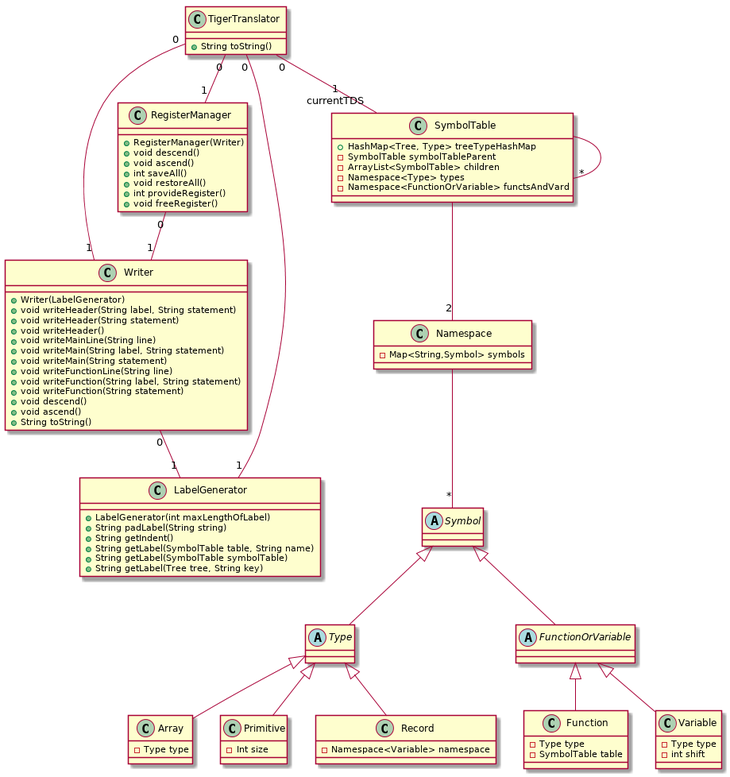
MacTiger/mac-tiger keeps this PlantUML diagram as misc/diagrams/classes-all.png. Above is the earlier version.
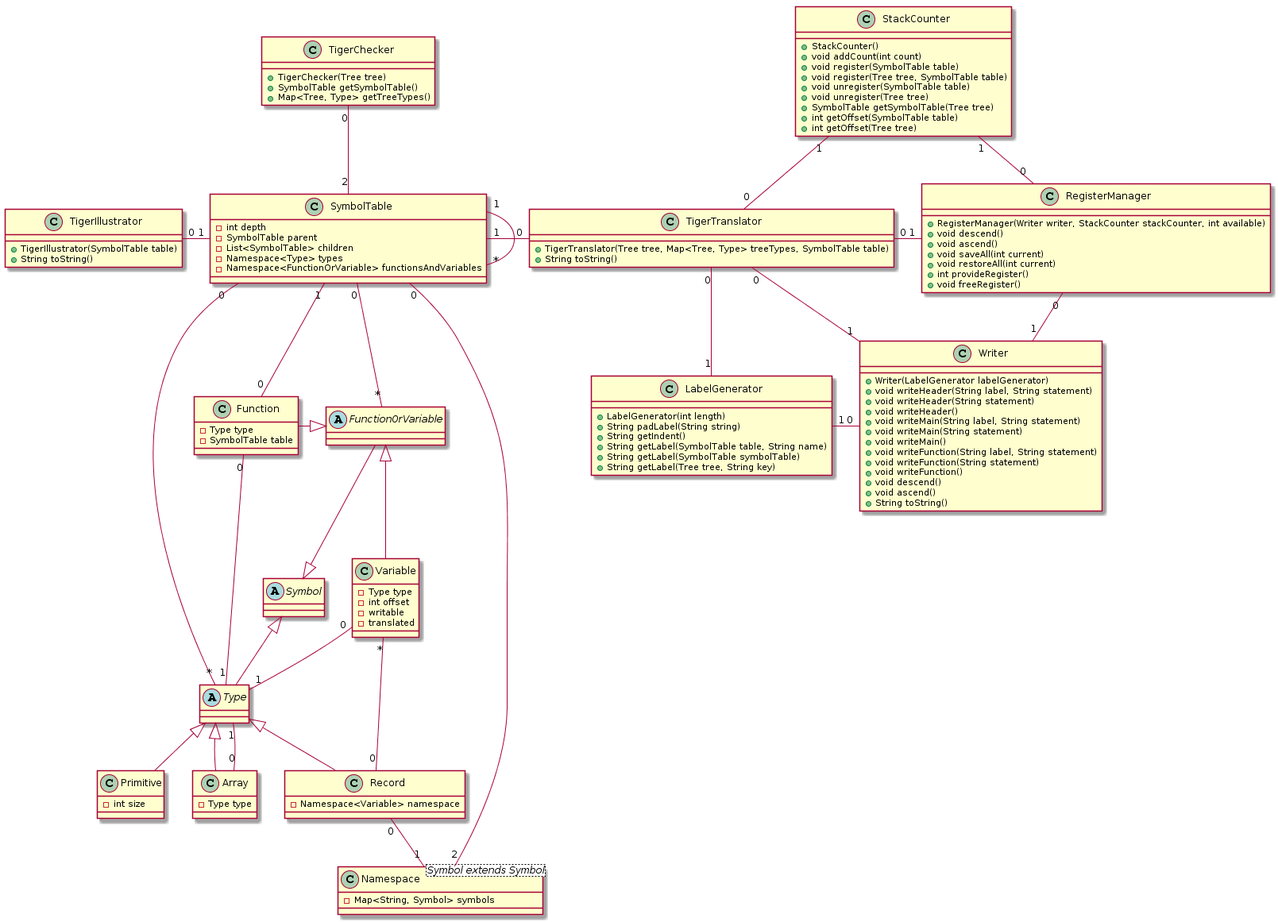
The same file after the commit.

Commit message:
Nouveau diagramme des classes

What changed in the source:
```diff
@@ -1,104 +1,117 @@
 @startuml
-
-Class TigerTranslator{
-  +String toString()
+class TigerChecker {
+    + TigerChecker(Tree tree)
+    + SymbolTable getSymbolTable()
+    + Map<Tree, Type> getTreeTypes()
 }
-
-Class Writer{
-  +Writer(LabelGenerator)
-  +void writeHeader(String label, String statement)
-  +void writeHeader(String statement)
-  +void writeHeader()
-  +void writeMainLine(String line)
-  +void writeMain(String label, String statement)
-  +void writeMain(String statement)
-  +void writeFunctionLine(String line)
-  +void writeFunction(String label, String statement)
-  +void writeFunction(String statement)
-  +void descend()
-  +void ascend()
-  +String toString()
+class SymbolTable {
+    - int depth
+    - SymbolTable parent
+    - List<SymbolTable> children
+    - Namespace<Type> types
+    - Namespace<FunctionOrVariable> functionsAndVariables
 }
-
-Class LabelGenerator{
-  +LabelGenerator(int maxLengthOfLabel)
-  +String padLabel(String string)
-  +String getIndent()
-  +String getLabel(SymbolTable table, String name)
-  +String getLabel(SymbolTable symbolTable)
-  +String getLabel(Tree tree, String key)
+class Namespace<Symbol extends Symbol> {
+    - Map<String, Symbol> symbols
 }
-
-Class RegisterManager{
-  +RegisterManager(Writer)
-  +void descend()
-  +void ascend()
-  +int saveAll()
-  +void restoreAll()
-  +int provideRegister()
-  +void freeRegister()
+abstract class Symbol
+abstract class FunctionOrVariable
+class Function {
+    - Type type
+    - SymbolTable table
 }
-
-TigerTranslator "0" -- "1\ncurrentTDS" SymbolTable
-TigerTranslator "0" -- "1" Writer
-TigerTranslator "0" -- "1" LabelGenerator
-TigerTranslator "0" -- "1" RegisterManager
-
-Writer "0" -- "1" LabelGenerator
-RegisterManager "0" -- "1" Writer
-
-
-
-Class Namespace{
--Map<String,Symbol> symbols
+class Variable {
+    - Type type
+    - int offset
+    - writable
+    - translated
 }
-Namespace -- "*" Symbol
-Abstract class Type{
-
+abstract class Type
+class Primitive {
+    - int size
 }
-
-Class Array{
--Type type
+class Array {
+    - Type type
 }
-Class Primitive{
--Int size
+class Record {
+    - Namespace<Variable> namespace
 }
-Class Record{
--Namespace<Variable> namespace
+Symbol <|-up- FunctionOrVariable
+FunctionOrVariable <|-left- Function
+FunctionOrVariable <|-right- Variable
+Symbol <|-down- Type
+Type <|-down- Primitive
+Type <|-down- Array
+Type <|-down- Record
+TigerChecker "0"-down-"2" SymbolTable
+SymbolTable "1"--"*" SymbolTable
+SymbolTable "0"--"2" Namespace
+SymbolTable "0"--"*" FunctionOrVariable
+SymbolTable "1"--"0" Function
+SymbolTable "0"--"*" Type
+Function "0"--"1" Type
+Variable "0"--"1" Type
+Array "0"--"1" Type
+Record "0"--"1" Namespace
+Record "0"--"*" Variable
+class TigerTranslator {
+    + TigerTranslator(Tree tree, Map<Tree, Type> treeTypes, SymbolTable table)
+    + String toString()
 }
-Type <|--Array
-Type <|--Primitive
-Type <|-- Record
-
-
-Abstract class Symbol{
-
+class LabelGenerator {
+    + LabelGenerator(int length)
+    + String padLabel(String string)
+    + String getIndent()
+    + String getLabel(SymbolTable table, String name)
+    + String getLabel(SymbolTable symbolTable)
+    + String getLabel(Tree tree, String key)
 }
-Abstract class FunctionOrVariable{
-
+class Writer {
+    + Writer(LabelGenerator labelGenerator)
+    + void writeHeader(String label, String statement)
+    + void writeHeader(String statement)
+    + void writeHeader()
+    + void writeMain(String label, String statement)
+    + void writeMain(String statement)
+    + void writeMain()
+    + void writeFunction(String label, String statement)
+    + void writeFunction(String statement)
+    + void writeFunction()
+    + void descend()
+    + void ascend()
+    + String toString()
 }
-Class Function{
--Type type
--SymbolTable table
+class StackCounter {
+    + StackCounter()
+    + void addCount(int count)
+    + void register(SymbolTable table)
+    + void register(Tree tree, SymbolTable table)
+    + void unregister(SymbolTable table)
+    + void unregister(Tree tree)
+    + SymbolTable getSymbolTable(Tree tree)
+    + int getOffset(SymbolTable table)
+    + int getOffset(Tree tree)
 }
-Class Variable{
--Type type
--int shift
+class RegisterManager {
+    + RegisterManager(Writer writer, StackCounter stackCounter, int available)
+    + void descend()
+    + void ascend()
+    + void saveAll(int current)
+    + void restoreAll(int current)
+    + int provideRegister()
+    + void freeRegister()
 }
-Symbol <|-- FunctionOrVariable
-FunctionOrVariable <|-- Function
-FunctionOrVariable <|--Variable
-Symbol <|-- Type
-
-
-
-Class SymbolTable{
-  +HashMap<Tree, Type> treeTypeHashMap
--SymbolTable symbolTableParent
--ArrayList<SymbolTable> children
--Namespace<Type> types
--Namespace<FunctionOrVariable> functsAndVard
+TigerTranslator "0"-left-"1" SymbolTable
+TigerTranslator "0"-down-"1" LabelGenerator
+TigerTranslator "0"-right-"1" Writer
+TigerTranslator "0"-up-"1" StackCounter
+TigerTranslator "0"-right-"1" RegisterManager
+Writer "0"-left-"1" LabelGenerator
+RegisterManager "0"-down-"1" Writer
+RegisterManager "0"-up-"1" StackCounter
+class TigerIllustrator {
+    + TigerIllustrator(SymbolTable table)
+    + String toString()
 }
-SymbolTable--"*" SymbolTable
-SymbolTable -- "2" Namespace
+TigerIllustrator "0"-right-"1" SymbolTable
 @enduml
```
